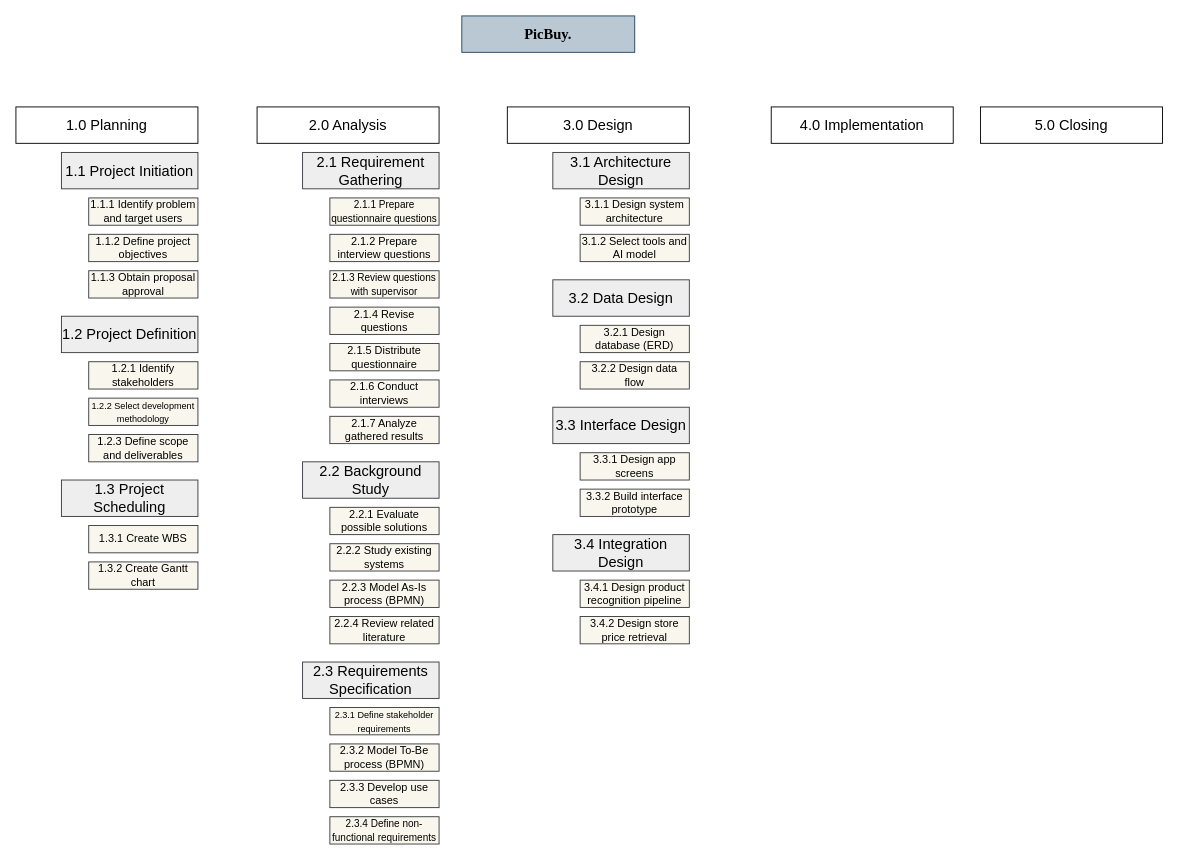
Above: GP1-Models.drawio in Ameerarmh/PicBuy (draw.io), before the change. Source tidied: cells renumbered, new cells numbered last; positions are measured from the earlier drawing's top-left corner, leaving out a move shared by most shapes. Both pictures are drawn from the tidied source at 91%, with x=0, y=0 at pixel (15, 15).
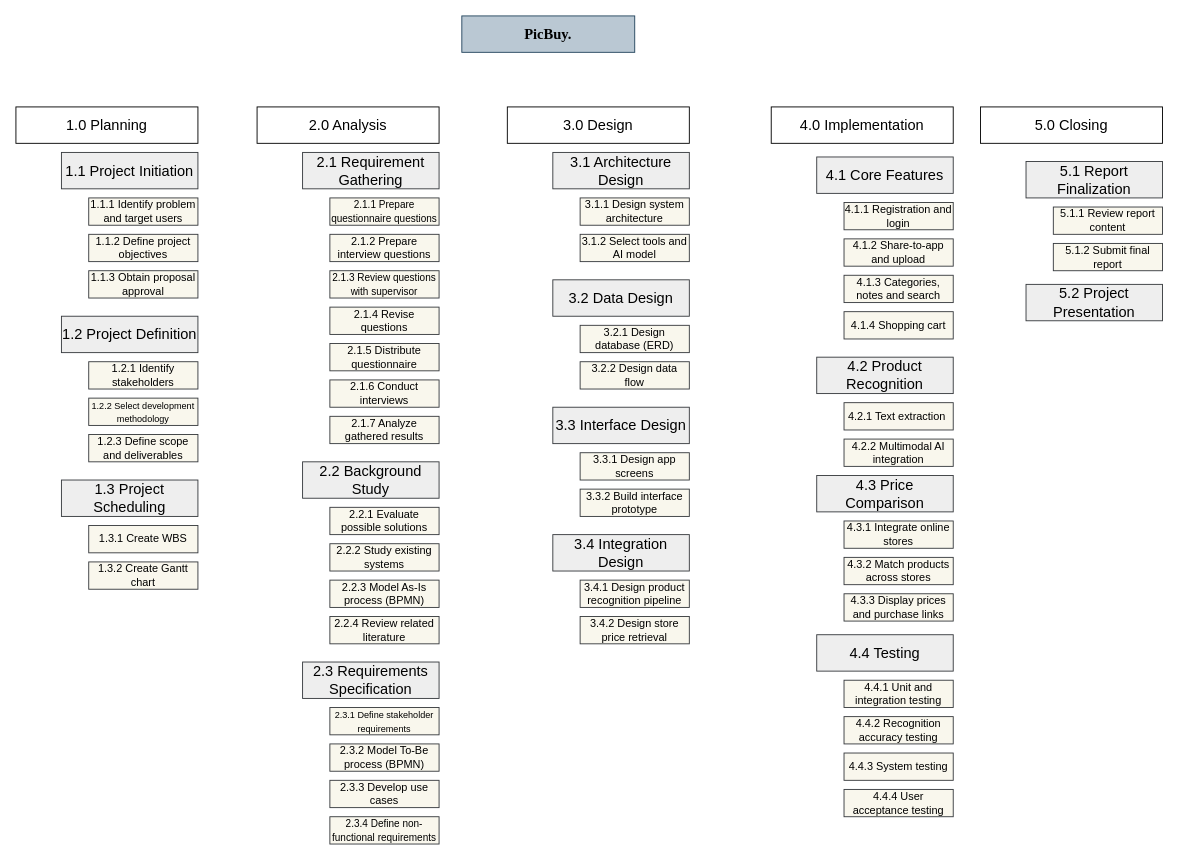
The same page after the edit.

The edit, as a diff of the source:
```diff
@@
+    <mxCell id="49" value="&lt;span style=&quot;font-size: medium; text-align: start;&quot;&gt;4.1 Core Features&lt;/span&gt;" style="rounded=0;whiteSpace=wrap;html=1;fillColor=#eeeeee;strokeColor=#36393d;" parent="1" vertex="1">
+      <mxGeometry x="880" y="155" width="150" height="40" as="geometry" />
+    </mxCell>
+    <mxCell id="50" value="&lt;span style=&quot;text-align: start;&quot;&gt;&lt;font&gt;4.1.4 Shopping cart&lt;/font&gt;&lt;/span&gt;" style="rounded=0;whiteSpace=wrap;html=1;fillColor=#f9f7ed;strokeColor=#36393d;" parent="1" vertex="1">
+      <mxGeometry x="910" y="325" width="120" height="30" as="geometry" />
+    </mxCell>
+    <mxCell id="51" value="&lt;span style=&quot;text-align: start;&quot;&gt;&lt;font&gt;4.1.3 Categories, notes and search&lt;/font&gt;&lt;/span&gt;" style="rounded=0;whiteSpace=wrap;html=1;fillColor=#f9f7ed;strokeColor=#36393d;" parent="1" vertex="1">
+      <mxGeometry x="910" y="285" width="120" height="30" as="geometry" />
+    </mxCell>
+    <mxCell id="52" value="&lt;span style=&quot;text-align: start;&quot;&gt;&lt;font&gt;4.1.2 Share-to-app and upload&lt;/font&gt;&lt;/span&gt;" style="rounded=0;whiteSpace=wrap;html=1;fillColor=#f9f7ed;strokeColor=#36393d;" parent="1" vertex="1">
+      <mxGeometry x="910" y="245" width="120" height="30" as="geometry" />
+    </mxCell>
+    <mxCell id="53" value="&lt;span style=&quot;text-align: start;&quot;&gt;&lt;font&gt;4.1.1 Registration and login&lt;/font&gt;&lt;/span&gt;" style="rounded=0;whiteSpace=wrap;html=1;fillColor=#f9f7ed;strokeColor=#36393d;" parent="1" vertex="1">
+      <mxGeometry x="910" y="205" width="120" height="30" as="geometry" />
+    </mxCell>
+    <mxCell id="54" value="&lt;span style=&quot;font-size: medium; text-align: start;&quot;&gt;4.2 Product Recognition&lt;/span&gt;" style="rounded=0;whiteSpace=wrap;html=1;fillColor=#eeeeee;strokeColor=#36393d;" parent="1" vertex="1">
+      <mxGeometry x="880" y="375" width="150" height="40" as="geometry" />
+    </mxCell>
+    <mxCell id="55" value="&lt;span style=&quot;text-align: start;&quot;&gt;&lt;font&gt;4.2.2 Multimodal AI integration&lt;/font&gt;&lt;/span&gt;" style="rounded=0;whiteSpace=wrap;html=1;fillColor=#f9f7ed;strokeColor=#36393d;" parent="1" vertex="1">
+      <mxGeometry x="910" y="465" width="120" height="30" as="geometry" />
+    </mxCell>
+    <mxCell id="56" value="&lt;span style=&quot;text-align: start;&quot;&gt;&lt;font&gt;4.2.1 Text extraction&amp;nbsp;&lt;/font&gt;&lt;/span&gt;" style="rounded=0;whiteSpace=wrap;html=1;fillColor=#f9f7ed;strokeColor=#36393d;" parent="1" vertex="1">
+      <mxGeometry x="910" y="425" width="120" height="30" as="geometry" />
+    </mxCell>
+    <mxCell id="57" value="&lt;span style=&quot;font-size: medium; text-align: start;&quot;&gt;4.3 Price Comparison&lt;/span&gt;" style="rounded=0;whiteSpace=wrap;html=1;fillColor=#eeeeee;strokeColor=#36393d;" parent="1" vertex="1">
+      <mxGeometry x="880" y="505" width="150" height="40" as="geometry" />
+    </mxCell>
+    <mxCell id="58" value="&lt;span style=&quot;text-align: start;&quot;&gt;&lt;font&gt;4.3.3 Display prices and purchase links&lt;/font&gt;&lt;/span&gt;" style="rounded=0;whiteSpace=wrap;html=1;fillColor=#f9f7ed;strokeColor=#36393d;" parent="1" vertex="1">
+      <mxGeometry x="910" y="635" width="120" height="30" as="geometry" />
+    </mxCell>
+    <mxCell id="59" value="&lt;span style=&quot;text-align: start;&quot;&gt;&lt;font&gt;4.3.2 Match products across stores&lt;/font&gt;&lt;/span&gt;" style="rounded=0;whiteSpace=wrap;html=1;fillColor=#f9f7ed;strokeColor=#36393d;" parent="1" vertex="1">
+      <mxGeometry x="910" y="595" width="120" height="30" as="geometry" />
+    </mxCell>
+    <mxCell id="60" value="&lt;span style=&quot;text-align: start;&quot;&gt;&lt;font&gt;4.3.1 Integrate online stores&lt;/font&gt;&lt;/span&gt;" style="rounded=0;whiteSpace=wrap;html=1;fillColor=#f9f7ed;strokeColor=#36393d;" parent="1" vertex="1">
+      <mxGeometry x="910" y="555" width="120" height="30" as="geometry" />
+    </mxCell>
+    <mxCell id="61" value="&lt;span style=&quot;font-size: medium; text-align: start;&quot;&gt;4.4 Testing&lt;/span&gt;" style="rounded=0;whiteSpace=wrap;html=1;fillColor=#eeeeee;strokeColor=#36393d;" parent="1" vertex="1">
+      <mxGeometry x="880" y="680" width="150" height="40" as="geometry" />
+    </mxCell>
+    <mxCell id="62" value="&lt;span style=&quot;text-align: start;&quot;&gt;&lt;font&gt;4.4.3 System testing&lt;/font&gt;&lt;/span&gt;" style="rounded=0;whiteSpace=wrap;html=1;fillColor=#f9f7ed;strokeColor=#36393d;" parent="1" vertex="1">
+      <mxGeometry x="910" y="810" width="120" height="30" as="geometry" />
+    </mxCell>
+    <mxCell id="63" value="&lt;span style=&quot;text-align: start;&quot;&gt;&lt;font&gt;4.4.2 Recognition accuracy testing&lt;/font&gt;&lt;/span&gt;" style="rounded=0;whiteSpace=wrap;html=1;fillColor=#f9f7ed;strokeColor=#36393d;" parent="1" vertex="1">
+      <mxGeometry x="910" y="770" width="120" height="30" as="geometry" />
+    </mxCell>
+    <mxCell id="64" value="&lt;span style=&quot;text-align: start;&quot;&gt;&lt;font&gt;4.4.1 Unit and integration testing&lt;/font&gt;&lt;/span&gt;" style="rounded=0;whiteSpace=wrap;html=1;fillColor=#f9f7ed;strokeColor=#36393d;" parent="1" vertex="1">
+      <mxGeometry x="910" y="730" width="120" height="30" as="geometry" />
+    </mxCell>
+    <mxCell id="65" value="&lt;span style=&quot;font-size: medium; text-align: start;&quot;&gt;5.1 Report Finalization&lt;/span&gt;" style="rounded=0;whiteSpace=wrap;html=1;fillColor=#eeeeee;strokeColor=#36393d;" parent="1" vertex="1">
+      <mxGeometry x="1110" y="160" width="150" height="40" as="geometry" />
+    </mxCell>
+    <mxCell id="66" value="&lt;span style=&quot;text-align: start;&quot;&gt;&lt;font&gt;5.1.2 Submit final report&lt;/font&gt;&lt;/span&gt;" style="rounded=0;whiteSpace=wrap;html=1;fillColor=#f9f7ed;strokeColor=#36393d;" parent="1" vertex="1">
+      <mxGeometry x="1140" y="250" width="120" height="30" as="geometry" />
+    </mxCell>
+    <mxCell id="67" value="&lt;span style=&quot;text-align: start;&quot;&gt;&lt;font&gt;5.1.1 Review report content&lt;/font&gt;&lt;/span&gt;" style="rounded=0;whiteSpace=wrap;html=1;fillColor=#f9f7ed;strokeColor=#36393d;" parent="1" vertex="1">
+      <mxGeometry x="1140" y="210" width="120" height="30" as="geometry" />
+    </mxCell>
+    <mxCell id="68" value="&lt;span style=&quot;font-size: medium; text-align: start;&quot;&gt;5.2 Project Presentation&lt;/span&gt;" style="rounded=0;whiteSpace=wrap;html=1;fillColor=#eeeeee;strokeColor=#36393d;" parent="1" vertex="1">
+      <mxGeometry x="1110" y="295" width="150" height="40" as="geometry" />
+    </mxCell>
+    <mxCell id="69" value="&lt;span style=&quot;text-align: start;&quot;&gt;&lt;font&gt;4.4.4 User acceptance testing&lt;/font&gt;&lt;/span&gt;" style="rounded=0;whiteSpace=wrap;html=1;fillColor=#f9f7ed;strokeColor=#36393d;" parent="1" vertex="1">
+      <mxGeometry x="910" y="850" width="120" height="30" as="geometry" />
+    </mxCell>
```
